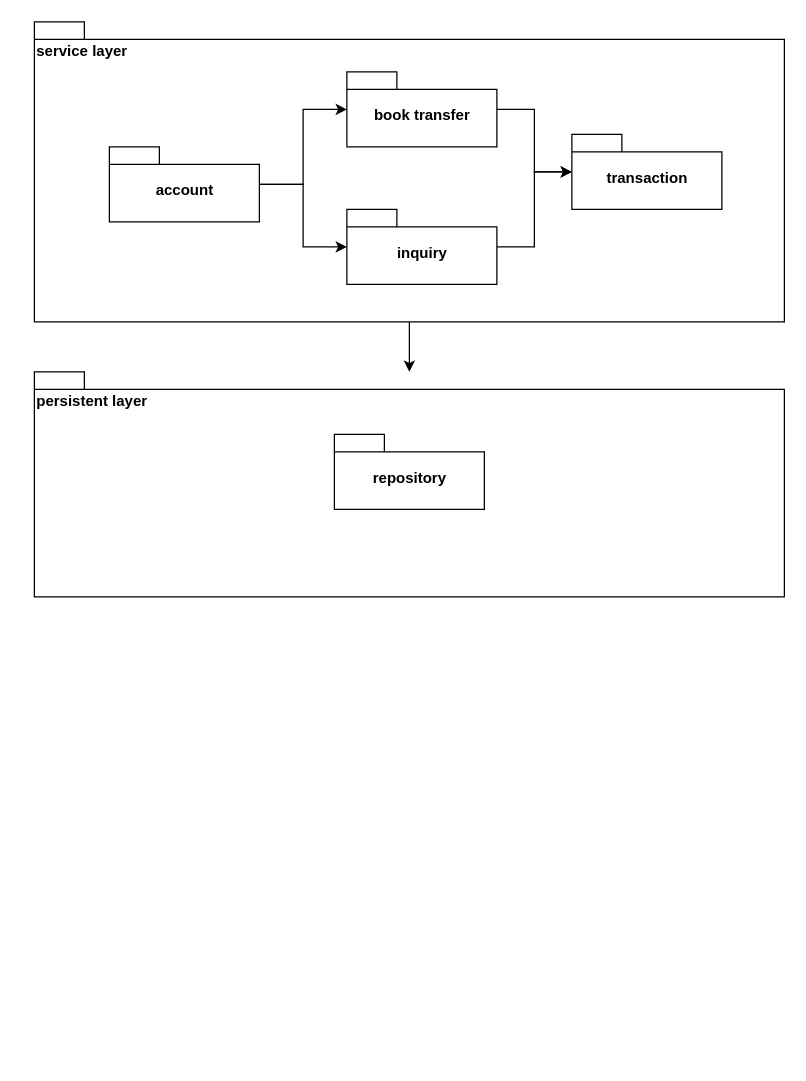
Earlier version of the draw.io diagram architecture/john-doe-bank/04.package.drawio (codegik/pocs). Source tidied: cells renumbered, new cells numbered last; positions are measured from the earlier drawing's top-left corner, leaving out a move shared by most shapes. Both pictures are drawn from the tidied source at 125%, with x=0, y=0 at pixel (34, 21).
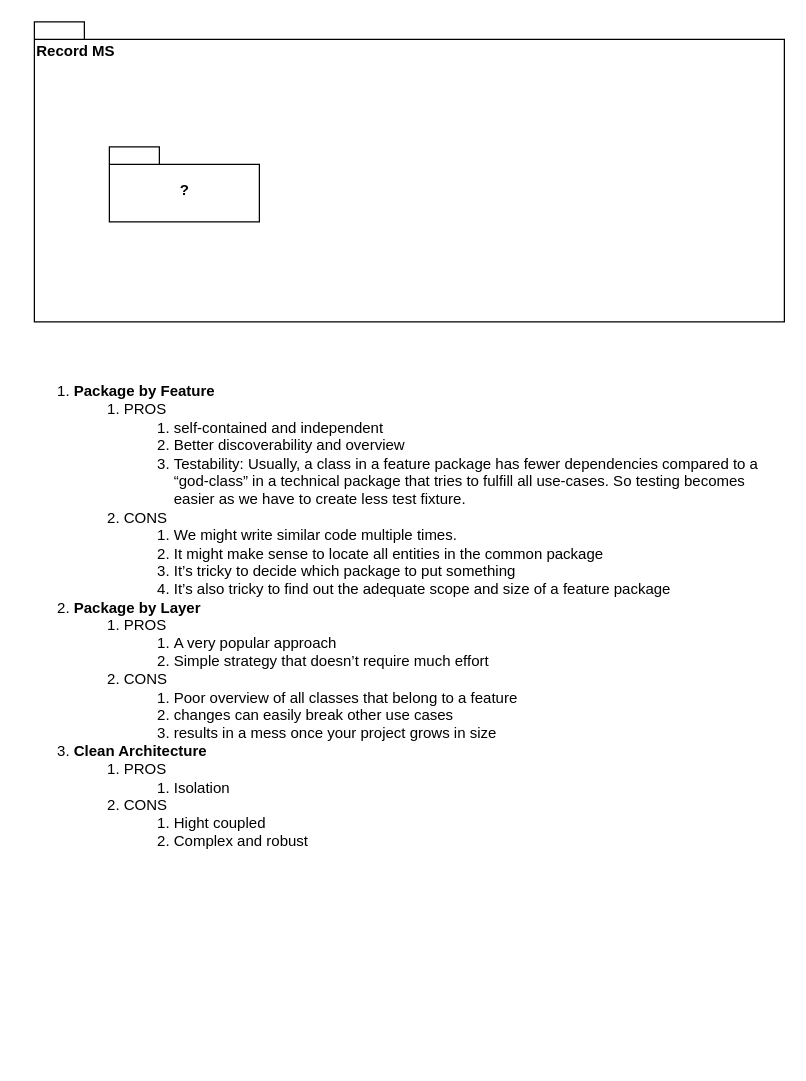
Above is the later version.

The edit, as a diff of the source:
```diff
@@
 <mxGraphModel>
   <root>
     <mxCell id="0" />
     <mxCell id="1" parent="0" />
-    <mxCell id="2" style="edgeStyle=orthogonalEdgeStyle;rounded=0;jettySize=auto;html=1;" parent="1" edge="1" source="3" target="10">
-      <mxGeometry relative="1" as="geometry" />
-    </mxCell>
+    <mxCell id="14" value="&lt;ol&gt;&lt;li&gt;&lt;b&gt;Package by Feature&lt;/b&gt;&lt;/li&gt;&lt;ol&gt;&lt;li&gt;PROS&lt;/li&gt;&lt;ol&gt;&lt;li&gt;self-contained and independent&lt;br&gt;&lt;/li&gt;&lt;li&gt;Better discoverability and overview&lt;/li&gt;&lt;li&gt;Testability: Usually, a class in a feature package has fewer dependencies compared to a “god-class” in a technical package that tries to fulfill all use-cases. So testing becomes easier as we have to create less test fixture.&lt;br&gt;&lt;/li&gt;&lt;/ol&gt;&lt;li&gt;CONS&lt;/li&gt;&lt;ol&gt;&lt;li&gt;We might write similar code multiple times.&lt;br&gt;&lt;/li&gt;&lt;li&gt;It might make sense to locate all entities in the common package&lt;/li&gt;&lt;li&gt;It’s tricky to decide which package to put something&lt;/li&gt;&lt;li&gt;It’s also tricky to find out the adequate scope and size of a feature package&lt;/li&gt;&lt;/ol&gt;&lt;/ol&gt;&lt;li&gt;&lt;b&gt;Package by Layer &lt;/b&gt;&lt;br&gt;&lt;/li&gt;&lt;ol&gt;&lt;li&gt;PROS&lt;/li&gt;&lt;ol&gt;&lt;li&gt;A very popular approach&lt;/li&gt;&lt;li&gt;Simple strategy that doesn’t require much effort&lt;br&gt;&lt;/li&gt;&lt;/ol&gt;&lt;li&gt;CONS&lt;/li&gt;&lt;ol&gt;&lt;li&gt;Poor overview of all classes that belong to a feature&lt;/li&gt;&lt;li&gt;changes can easily break other use cases&lt;/li&gt;&lt;li&gt;results in a mess once your project grows in size&lt;br&gt;&lt;/li&gt;&lt;/ol&gt;&lt;/ol&gt;&lt;li&gt;&lt;b&gt;Clean Architecture&lt;/b&gt;&lt;/li&gt;&lt;ol&gt;&lt;li&gt;PROS&lt;/li&gt;&lt;ol&gt;&lt;li&gt;Isolation&lt;br&gt;&lt;/li&gt;&lt;/ol&gt;&lt;li&gt;CONS&lt;/li&gt;&lt;ol&gt;&lt;li&gt;Hight coupled&lt;/li&gt;&lt;li&gt;Complex and robust&lt;br&gt;&lt;/li&gt;&lt;/ol&gt;&lt;/ol&gt;&lt;/ol&gt;" style="text;html=1;strokeColor=none;fillColor=none;align=left;verticalAlign=top;whiteSpace=wrap;rounded=0;horizontal=1;" parent="1" vertex="1">
+      <mxGeometry x="-10" y="270" width="610" height="560" as="geometry" />
+    </mxCell>
-    <mxCell id="3" value="service layer" style="shape=folder;fontStyle=1;spacingTop=10;tabWidth=40;tabHeight=14;tabPosition=left;html=1;align=left;verticalAlign=top;" parent="1" vertex="1">
+    <mxCell id="3" value="Record MS" style="shape=folder;fontStyle=1;spacingTop=10;tabWidth=40;tabHeight=14;tabPosition=left;html=1;align=left;verticalAlign=top;" parent="1" vertex="1">
       <mxGeometry width="600" height="240" as="geometry" />
     </mxCell>
-    <mxCell id="4" style="edgeStyle=orthogonalEdgeStyle;rounded=0;jettySize=auto;html=1;" parent="1" edge="1" source="5" target="9">
-      <mxGeometry relative="1" as="geometry" />
-    </mxCell>
-    <mxCell id="5" value="book transfer" style="shape=folder;fontStyle=1;spacingTop=10;tabWidth=40;tabHeight=14;tabPosition=left;html=1;" parent="1" vertex="1">
-      <mxGeometry x="250" y="40" width="120" height="60" as="geometry" />
-    </mxCell>
-    <mxCell id="6" style="edgeStyle=orthogonalEdgeStyle;rounded=0;jettySize=auto;html=1;" parent="1" edge="1" source="8" target="5">
-      <mxGeometry relative="1" as="geometry" />
-    </mxCell>
-    <mxCell id="7" style="edgeStyle=orthogonalEdgeStyle;rounded=0;jettySize=auto;html=1;" parent="1" edge="1" source="8" target="13">
-      <mxGeometry relative="1" as="geometry" />
-    </mxCell>
-    <mxCell id="8" value="account" style="shape=folder;fontStyle=1;spacingTop=10;tabWidth=40;tabHeight=14;tabPosition=left;html=1;" parent="1" vertex="1">
+    <mxCell id="8" value="?" style="shape=folder;fontStyle=1;spacingTop=10;tabWidth=40;tabHeight=14;tabPosition=left;html=1;" parent="1" vertex="1">
       <mxGeometry x="60" y="100" width="120" height="60" as="geometry" />
     </mxCell>
-    <mxCell id="9" value="transaction" style="shape=folder;fontStyle=1;spacingTop=10;tabWidth=40;tabHeight=14;tabPosition=left;html=1;" parent="1" vertex="1">
-      <mxGeometry x="430" y="90" width="120" height="60" as="geometry" />
-    </mxCell>
-    <mxCell id="10" value="persistent layer" style="shape=folder;fontStyle=1;spacingTop=10;tabWidth=40;tabHeight=14;tabPosition=left;html=1;align=left;verticalAlign=top;" parent="1" vertex="1">
-      <mxGeometry y="280" width="600" height="180" as="geometry" />
-    </mxCell>
-    <mxCell id="11" value="repository" style="shape=folder;fontStyle=1;spacingTop=10;tabWidth=40;tabHeight=14;tabPosition=left;html=1;" parent="1" vertex="1">
-      <mxGeometry x="240" y="330" width="120" height="60" as="geometry" />
-    </mxCell>
-    <mxCell id="12" style="edgeStyle=orthogonalEdgeStyle;rounded=0;jettySize=auto;html=1;" parent="1" edge="1" source="13" target="9">
-      <mxGeometry relative="1" as="geometry" />
-    </mxCell>
-    <mxCell id="13" value="inquiry" style="shape=folder;fontStyle=1;spacingTop=10;tabWidth=40;tabHeight=14;tabPosition=left;html=1;" parent="1" vertex="1">
-      <mxGeometry x="250" y="150" width="120" height="60" as="geometry" />
-    </mxCell>
   </root>
 </mxGraphModel>
```
